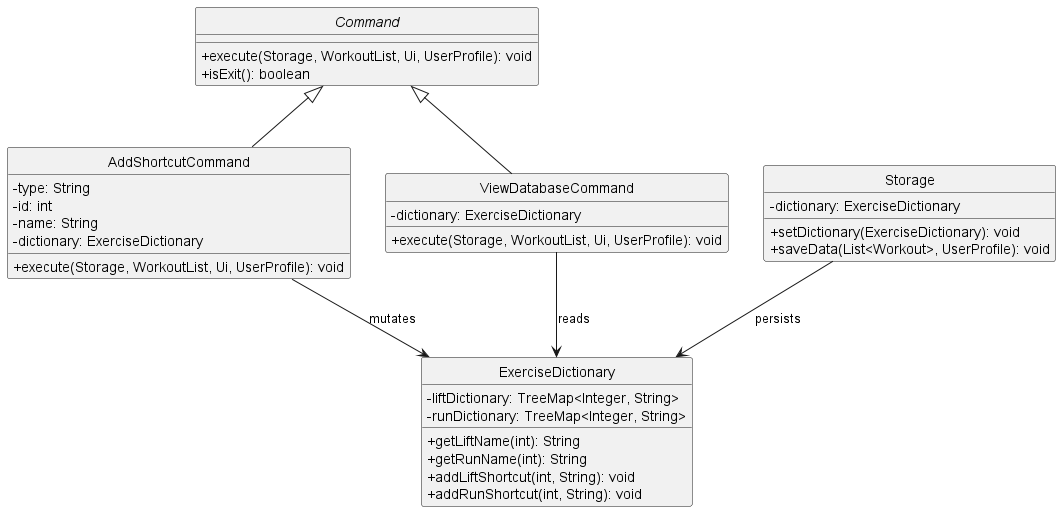
Earlier version of the PlantUML export docs/images/AddShortcutClassDiagram.png (Daniel-czj/tp).
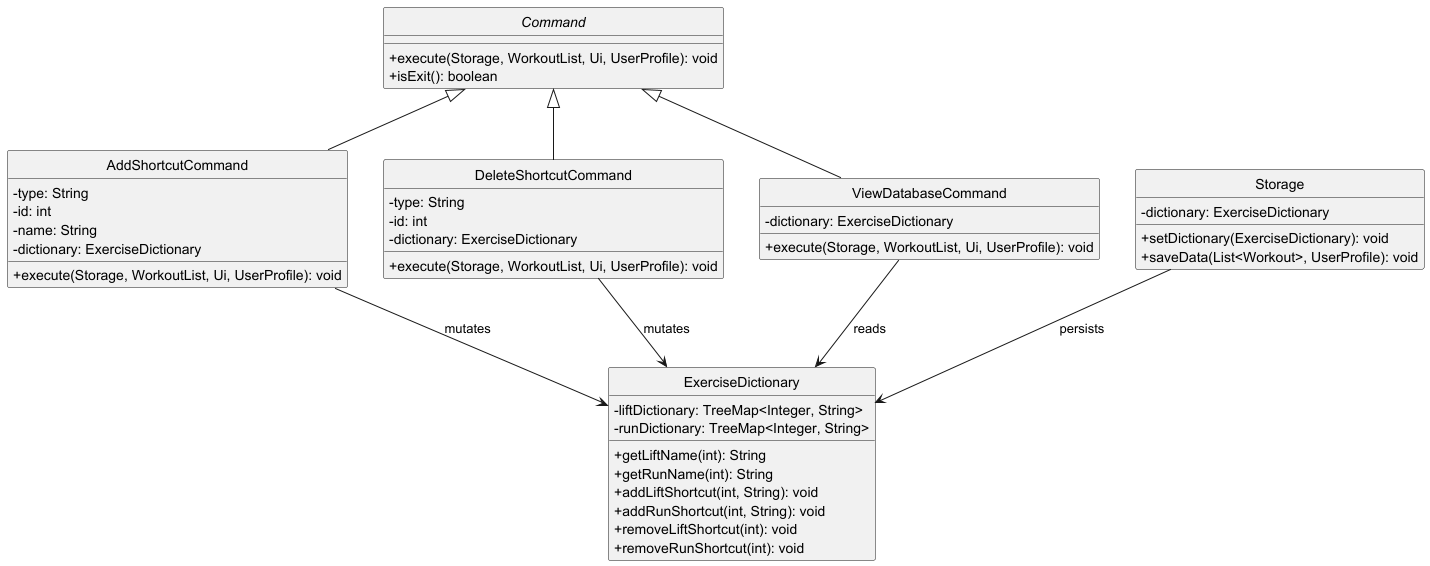
The same diagram one commit later.

The edit, as a diff of the source:
```diff
@@ -11,6 +11,13 @@
     - type: String
     - id: int
     - name: String
+    - dictionary: ExerciseDictionary
+    + execute(Storage, WorkoutList, Ui, UserProfile): void
+}
+
+class DeleteShortcutCommand {
+    - type: String
+    - id: int
     - dictionary: ExerciseDictionary
     + execute(Storage, WorkoutList, Ui, UserProfile): void
 }
@@ -33,11 +40,15 @@
     + getRunName(int): String
     + addLiftShortcut(int, String): void
     + addRunShortcut(int, String): void
+    + removeLiftShortcut(int): void
+    + removeRunShortcut(int): void
 }
 
 Command <|-- AddShortcutCommand
+Command <|-- DeleteShortcutCommand
 Command <|-- ViewDatabaseCommand
 AddShortcutCommand --> ExerciseDictionary : mutates
+DeleteShortcutCommand --> ExerciseDictionary : mutates
 ViewDatabaseCommand --> ExerciseDictionary : reads
 Storage --> ExerciseDictionary : persists
 @enduml
```
